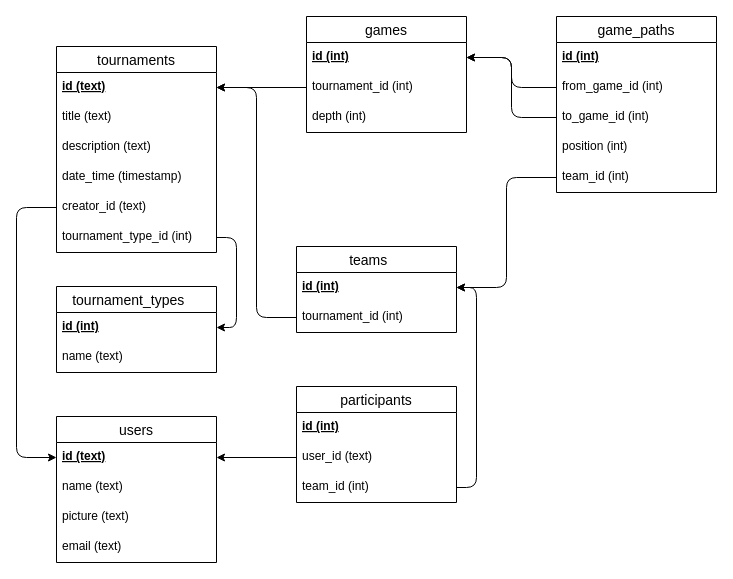
Above: er.drawio in fredriksiemund/tournajay (draw.io), before the change. Source tidied: cells renumbered, new cells numbered last; positions are measured from the earlier drawing's top-left corner, leaving out a move shared by most shapes. Both pictures are drawn from the tidied source at 100%, with x=0, y=0 at pixel (16, 16).
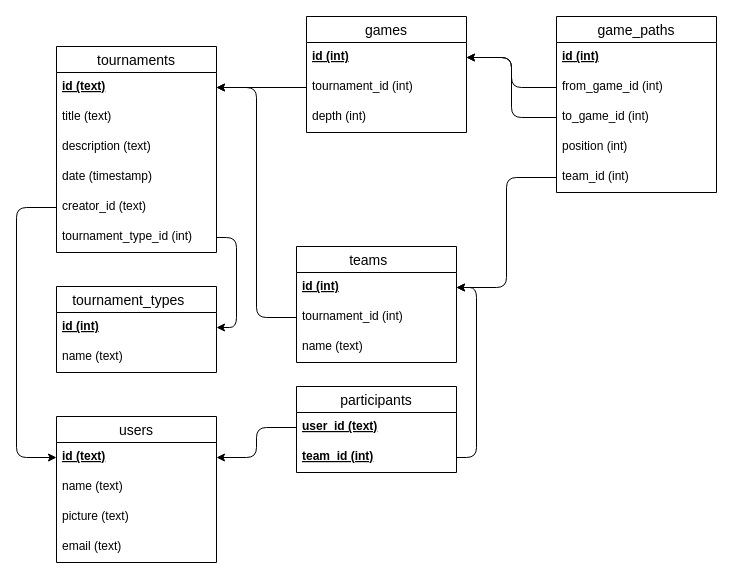
The same diagram, later.

The change refers to these unchanged cells:
```xml
<mxCell id="7" value="tournaments" style="swimlane;fontStyle=0;horizontal=1;startSize=26;align=center;fontSize=14;" parent="1" vertex="1">
  <mxGeometry x="40" y="30" width="160" height="206" as="geometry" />
</mxCell>
<mxCell id="19" value="id (int)" style="text;strokeColor=none;fillColor=none;spacingLeft=4;spacingRight=4;overflow=hidden;points=[[0,0.5],[1,0.5]];portConstraint=eastwest;fontSize=12;fontStyle=5;" parent="18" vertex="1">
  <mxGeometry y="26" width="160" height="30" as="geometry" />
</mxCell>
```

Diff of the diagram source:
```diff
@@
-    <mxCell id="11" value="date_time (timestamp)" style="text;strokeColor=none;fillColor=none;spacingLeft=4;spacingRight=4;overflow=hidden;fontSize=12;" parent="7" vertex="1">
+    <mxCell id="11" value="date (timestamp)" style="text;strokeColor=none;fillColor=none;spacingLeft=4;spacingRight=4;overflow=hidden;fontSize=12;" parent="7" vertex="1">
       <mxGeometry y="116" width="160" height="30" as="geometry" />
     </mxCell>
@@
     <mxCell id="18" value="teams    " style="swimlane;fontStyle=0;horizontal=1;startSize=26;align=center;fontSize=14;" parent="1" vertex="1">
-      <mxGeometry x="280" y="230" width="160" height="86" as="geometry" />
+      <mxGeometry x="280" y="230" width="160" height="116" as="geometry" />
     </mxCell>
@@
+    <mxCell id="43" value="name (text)" style="text;strokeColor=none;fillColor=none;spacingLeft=4;spacingRight=4;overflow=hidden;fontSize=12;" parent="18" vertex="1">
+      <mxGeometry y="86" width="160" height="30" as="geometry" />
+    </mxCell>
@@
     <mxCell id="35" value="participants" style="swimlane;fontStyle=0;horizontal=1;startSize=26;align=center;fontSize=14;" parent="1" vertex="1">
-      <mxGeometry x="280" y="370" width="160" height="116" as="geometry" />
+      <mxGeometry x="280" y="370" width="160" height="86" as="geometry" />
     </mxCell>
-    <mxCell id="36" value="id (int)" style="text;strokeColor=none;fillColor=none;spacingLeft=4;spacingRight=4;overflow=hidden;fontSize=12;fontStyle=5;" parent="35" vertex="1">
-      <mxGeometry y="26" width="160" height="30" as="geometry" />
-    </mxCell>
-    <mxCell id="37" value="user_id (text)" style="text;strokeColor=none;fillColor=none;spacingLeft=4;spacingRight=4;overflow=hidden;points=[[0,0.5],[1,0.5]];portConstraint=eastwest;fontSize=12;" parent="35" vertex="1">
-      <mxGeometry y="56" width="160" height="30" as="geometry" />
+    <mxCell id="37" value="user_id (text)" style="text;strokeColor=none;fillColor=none;spacingLeft=4;spacingRight=4;overflow=hidden;points=[[0,0.5],[1,0.5]];portConstraint=eastwest;fontSize=12;fontStyle=5;" parent="35" vertex="1">
+      <mxGeometry y="26" width="160" height="30" as="geometry" />
     </mxCell>
-    <mxCell id="38" value="team_id (int)" style="text;strokeColor=none;fillColor=none;spacingLeft=4;spacingRight=4;overflow=hidden;points=[[0,0.5],[1,0.5]];portConstraint=eastwest;fontSize=12;" parent="35" vertex="1">
-      <mxGeometry y="86" width="160" height="30" as="geometry" />
+    <mxCell id="38" value="team_id (int)" style="text;strokeColor=none;fillColor=none;spacingLeft=4;spacingRight=4;overflow=hidden;points=[[0,0.5],[1,0.5]];portConstraint=eastwest;fontSize=12;fontStyle=5;" parent="35" vertex="1">
+      <mxGeometry y="56" width="160" height="30" as="geometry" />
     </mxCell>
@@
     <mxCell id="41" style="edgeStyle=orthogonalEdgeStyle;html=1;exitX=1;exitY=0.5;exitDx=0;exitDy=0;entryX=1;entryY=0.5;entryDx=0;entryDy=0;" parent="1" edge="1" source="38" target="19">
       <mxGeometry relative="1" as="geometry">
         <Array as="points">
-          <mxPoint x="460" y="471" />
+          <mxPoint x="460" y="441" />
           <mxPoint x="460" y="271" />
         </Array>
       </mxGeometry>
     </mxCell>
```
